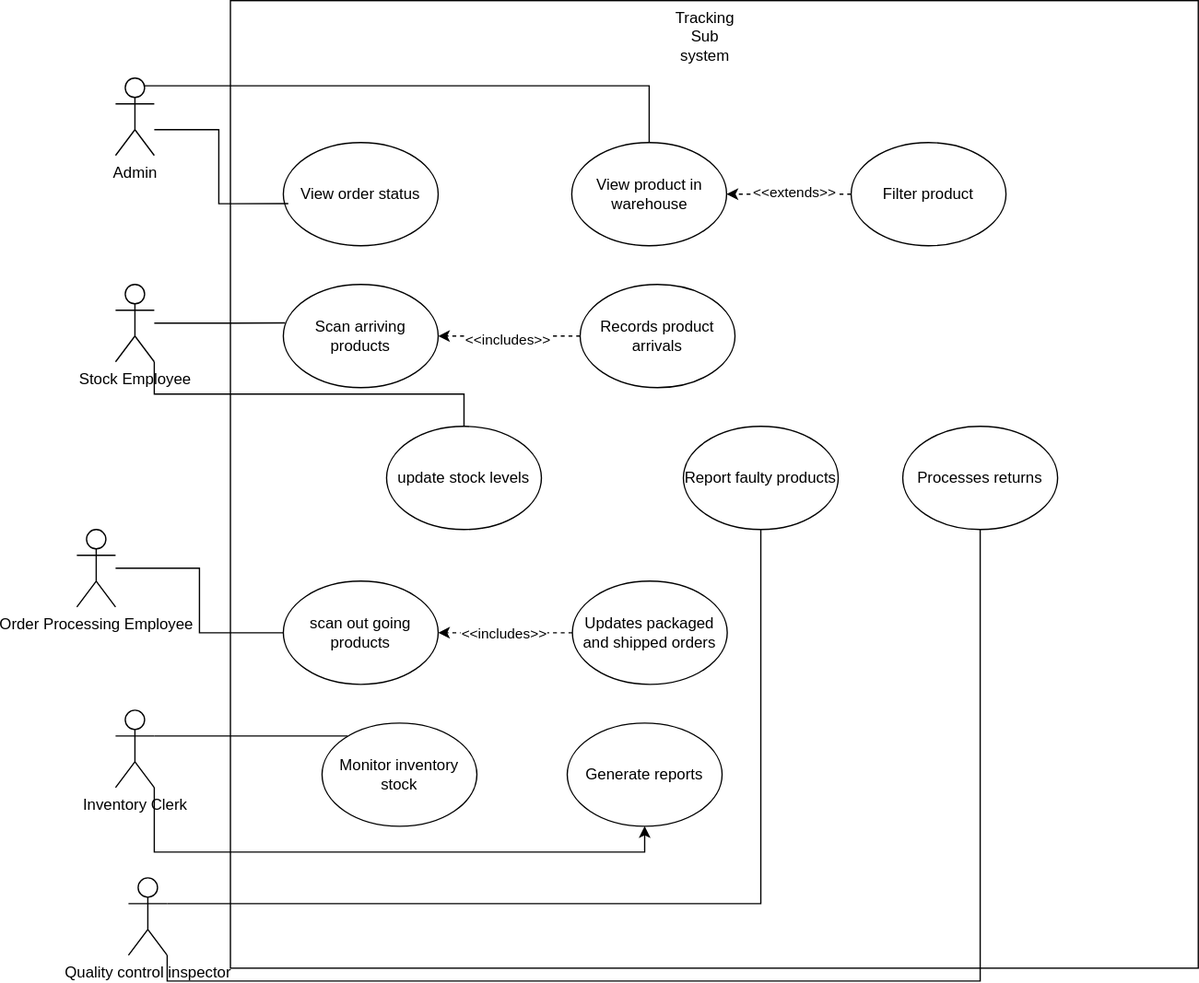
Earlier version of the draw.io export tracking.svg (Simamkele88/IFM3_GP). Source tidied: cells renumbered, new cells last; positions are measured from the earlier drawing's top-left corner, leaving out a move shared by most shapes.
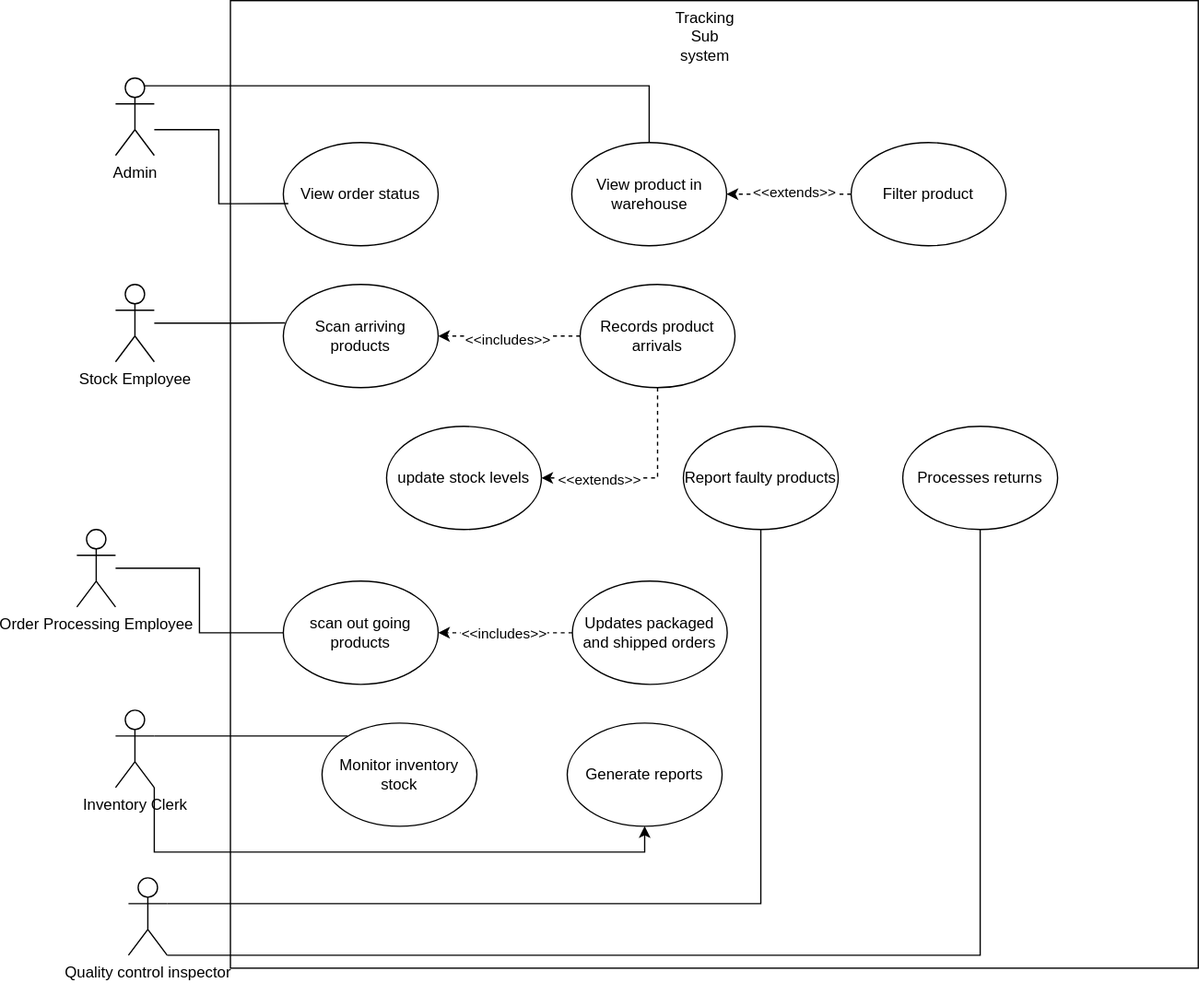
The same diagram one commit later.

The edit, as a diff of the source:
```diff
@@ -14,9 +14,6 @@
     <mxCell id="5" style="edgeStyle=orthogonalEdgeStyle;rounded=0;jettySize=auto;html=1;entryX=0.012;entryY=0.372;entryDx=0;entryDy=0;entryPerimeter=0;endArrow=none;startFill=0;" parent="1" edge="1" source="7" target="13">
       <mxGeometry relative="1" as="geometry" />
     </mxCell>
-    <mxCell id="6" style="edgeStyle=orthogonalEdgeStyle;rounded=0;jettySize=auto;html=1;exitX=1;exitY=1;exitDx=0;exitDy=0;exitPerimeter=0;entryX=0.5;entryY=0;entryDx=0;entryDy=0;endArrow=none;startFill=0;" parent="1" edge="1" source="7" target="24">
-      <mxGeometry relative="1" as="geometry" />
-    </mxCell>
     <mxCell id="7" value="Stock Employee" style="shape=umlActor;verticalLabelPosition=bottom;verticalAlign=top;html=1;outlineConnect=0;" parent="1" vertex="1">
       <mxGeometry x="30" y="220" width="30" height="60" as="geometry" />
     </mxCell>
@@ -84,7 +81,11 @@
       <mxGeometry relative="1" as="geometry" />
     </mxCell>
     <mxCell id="29" style="edgeStyle=orthogonalEdgeStyle;rounded=0;jettySize=auto;html=1;exitX=1;exitY=1;exitDx=0;exitDy=0;exitPerimeter=0;endArrow=none;startFill=0;" parent="1" edge="1" source="30" target="12">
-      <mxGeometry relative="1" as="geometry" />
+      <mxGeometry relative="1" as="geometry">
+        <Array as="points">
+          <mxPoint x="700" y="740" />
+        </Array>
+      </mxGeometry>
     </mxCell>
     <mxCell id="30" value="Quality control inspector" style="shape=umlActor;verticalLabelPosition=bottom;verticalAlign=top;html=1;outlineConnect=0;" parent="1" vertex="1">
       <mxGeometry x="40" y="680" width="30" height="60" as="geometry" />
@@ -109,5 +110,15 @@
     <mxCell id="35" style="edgeStyle=orthogonalEdgeStyle;rounded=0;jettySize=auto;html=1;exitX=1;exitY=0.3333333333333333;exitDx=0;exitDy=0;exitPerimeter=0;entryX=0.121;entryY=0.76;entryDx=0;entryDy=0;entryPerimeter=0;endArrow=none;startFill=0;" parent="1" edge="1" source="33" target="2">
       <mxGeometry relative="1" as="geometry" />
     </mxCell>
+    <mxCell id="36" style="endArrow=classic;html=1;rounded=0;entryX=1;entryY=0.5;entryDx=0;entryDy=0;exitX=0.5;exitY=1;exitDx=0;exitDy=0;dashed=1;" parent="1" edge="1" source="23" target="24">
+      <mxGeometry relative="1" as="geometry">
+        <Array as="points">
+          <mxPoint x="450" y="370" />
+        </Array>
+      </mxGeometry>
+    </mxCell>
+    <mxCell id="37" value="&amp;lt;&amp;lt;extends&amp;gt;&amp;gt;" style="edgeLabel;html=1;align=center;verticalAlign=middle;" parent="36" vertex="1">
+      <mxGeometry x="0.45" y="1" relative="1" as="geometry" />
+    </mxCell>
   </root>
 </mxGraphModel>
```
